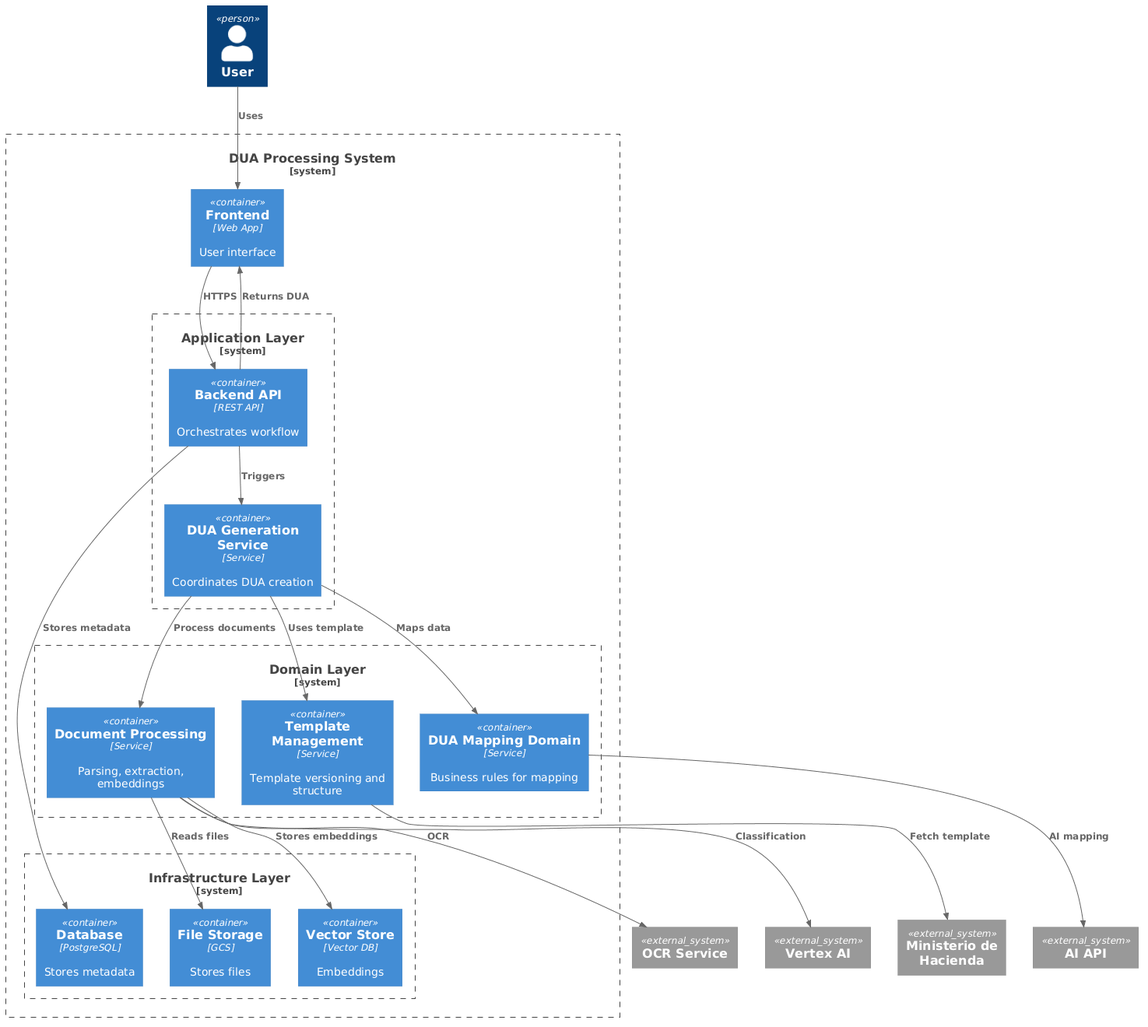
This is container_diagram.png from chris124v/DUA_StreamLiner, a PlantUML export, as it was before one commit.
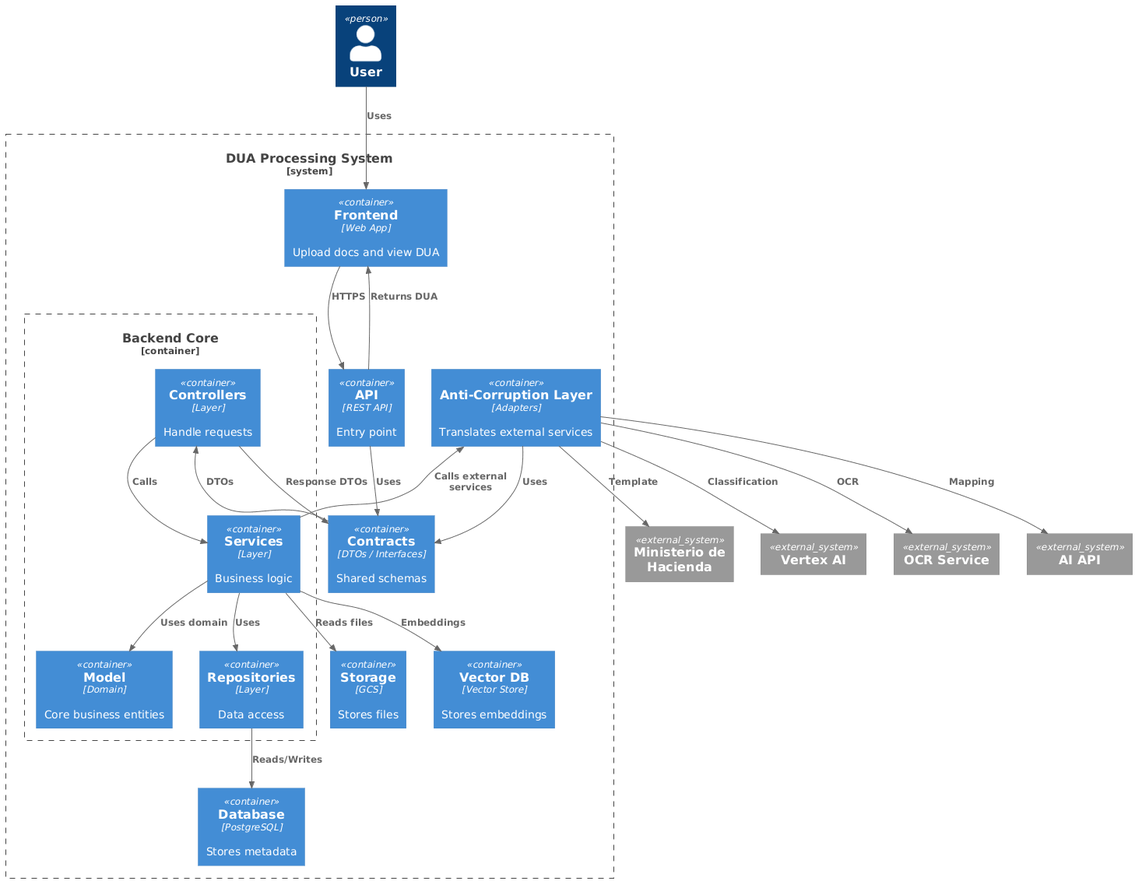
The same file after the commit.

The edit, as a diff of the source:
```diff
@@ -10,59 +10,54 @@
 
 System_Boundary(system, "DUA Processing System") {
 
-    Container(ui, "Frontend", "Web App", "User interface")
+    Container(ui, "Frontend", "Web App", "Upload docs and view DUA")
 
-    System_Boundary(app_layer, "Application Layer") {
+    Container(api, "API", "REST API", "Entry point")
 
-        Container(api, "Backend API", "REST API", "Orchestrates workflow")
+    Container(contracts, "Contracts", "DTOs / Interfaces", "Shared schemas")
 
-        Container(dua_generation, "DUA Generation Service", "Service", "Coordinates DUA creation")
+    Container(acl, "Anti-Corruption Layer", "Adapters", "Translates external services")
 
+    Container(storage, "Storage", "GCS", "Stores files")
+    Container(db, "Database", "PostgreSQL", "Stores metadata")
+    Container(vector_db, "Vector DB", "Vector Store", "Stores embeddings")
+
+    Container_Boundary(backend, "Backend Core") {
+
+        Container(model, "Model", "Domain", "Core business entities")
+
+        Container(controller, "Controllers", "Layer", "Handle requests")
+
+        Container(services, "Services", "Layer", "Business logic")
+
+        Container(repositories, "Repositories", "Layer", "Data access")
     }
-
-    System_Boundary(domain_layer, "Domain Layer") {
-
-        Container(doc_processing, "Document Processing", "Service", "Parsing, extraction, embeddings")
-
-        Container(template_mgmt, "Template Management", "Service", "Template versioning and structure")
-
-        Container(mapping_domain, "DUA Mapping Domain", "Service", "Business rules for mapping")
-
-    }
-
-    System_Boundary(infra_layer, "Infrastructure Layer") {
-
-        Container(storage, "File Storage", "GCS", "Stores files")
-
-        Container(db, "Database", "PostgreSQL", "Stores metadata")
-
-        Container(vector_db, "Vector Store", "Vector DB", "Embeddings")
-
-    }
-
 }
 
 Rel(user, ui, "Uses")
-
 Rel(ui, api, "HTTPS")
 
-Rel(api, dua_generation, "Triggers")
+Rel(api, contracts, "Uses")
+Rel(acl, contracts, "Uses")
 
-Rel(dua_generation, doc_processing, "Process documents")
-Rel(dua_generation, template_mgmt, "Uses template")
-Rel(dua_generation, mapping_domain, "Maps data")
+Rel(contracts, controller, "DTOs")
 
-Rel(doc_processing, vector_db, "Stores embeddings")
-Rel(doc_processing, storage, "Reads files")
+Rel(controller, services, "Calls")
+Rel(services, repositories, "Uses")
+Rel(repositories, db, "Reads/Writes")
+Rel(services, vector_db, "Embeddings")
 
-Rel(template_mgmt, min_hacienda, "Fetch template")
+Rel(services, storage, "Reads files")
 
-Rel(mapping_domain, ai_api, "AI mapping")
+Rel(services, model, "Uses domain")
 
-Rel(doc_processing, vertex_ai, "Classification")
-Rel(doc_processing, ocr_service, "OCR")
+Rel(services, acl, "Calls external services")
 
-Rel(api, db, "Stores metadata")
+Rel(acl, vertex_ai, "Classification")
+Rel(acl, ocr_service, "OCR")
+Rel(acl, ai_api, "Mapping")
+Rel(acl, min_hacienda, "Template")
 
+Rel(controller, contracts, "Response DTOs")
 Rel(api, ui, "Returns DUA")
 @enduml
```
